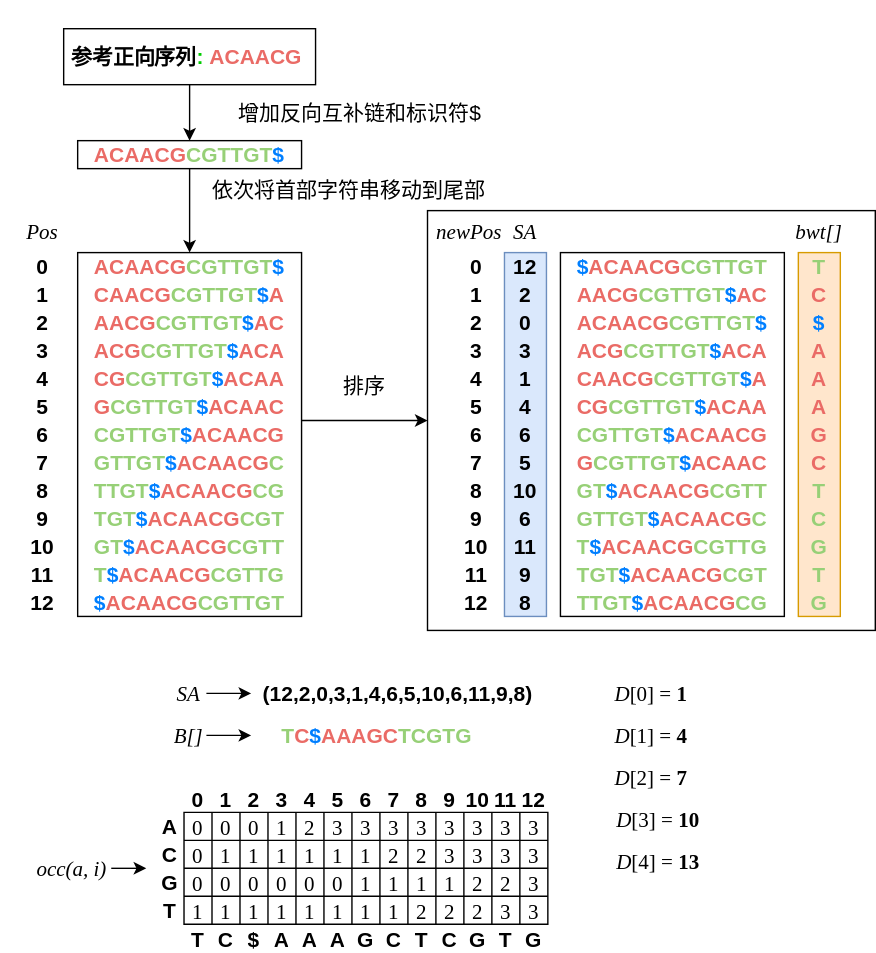
Above: FM-INDEX.drawio.svg in csyourui/bgi_figure (draw.io), before the change. Source tidied: cells renumbered, new cells last; positions are measured from the earlier drawing's top-left corner, leaving out a move shared by most shapes.
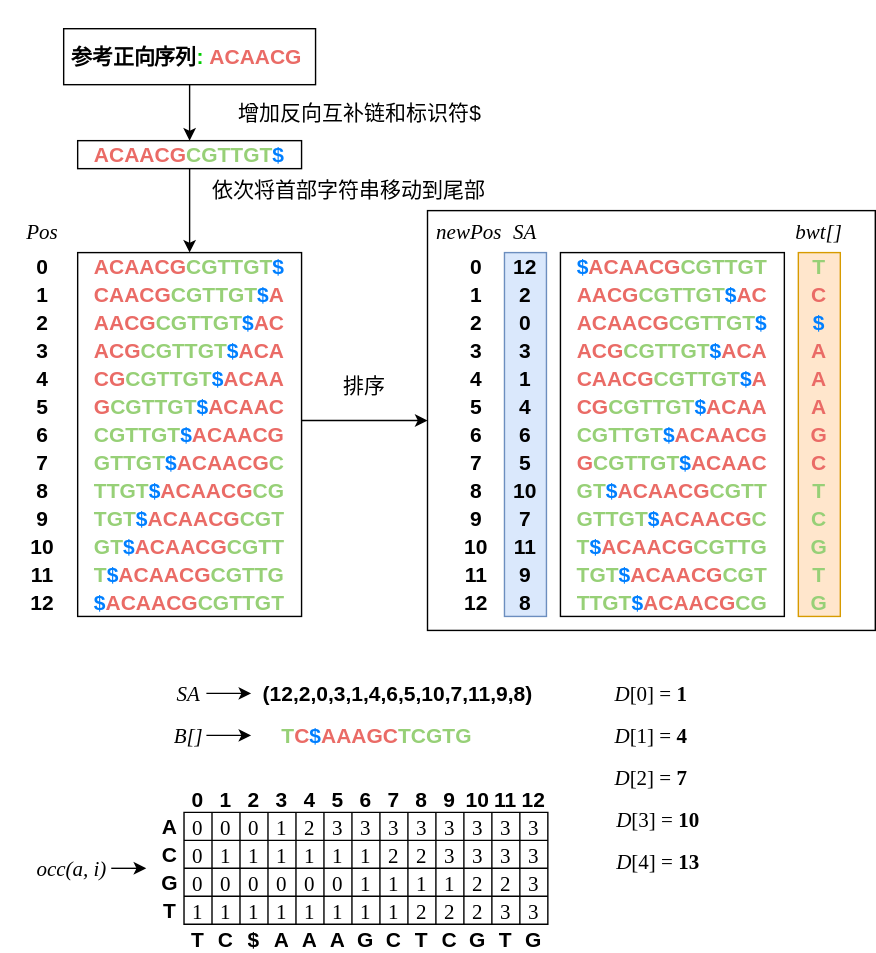
Later version of the same file.

Change to the diagram source:
```diff
@@ -416,7 +416,7 @@
     <mxCell id="138" value="&lt;font face=&quot;Times New Roman&quot;&gt;&lt;i&gt;SA&lt;/i&gt;&lt;/font&gt;" style="text;html=1;strokeColor=none;fillColor=none;align=center;verticalAlign=middle;whiteSpace=wrap;rounded=0;fontSize=15;fontColor=#000000;" parent="134" vertex="1">
       <mxGeometry width="25" height="30" as="geometry" />
     </mxCell>
-    <mxCell id="139" value="&lt;span style=&quot;font-size: 15px;&quot;&gt;&lt;b style=&quot;&quot;&gt;(12,2,0,3,1,4,6,5,10,6,11,9,8)&lt;/b&gt;&lt;/span&gt;" style="rounded=0;whiteSpace=wrap;html=1;strokeColor=none;sketch=1;opacity=0;" parent="134" vertex="1">
+    <mxCell id="139" value="&lt;span style=&quot;font-size: 15px;&quot;&gt;&lt;b style=&quot;&quot;&gt;(12,2,0,3,1,4,6,5,10,7,11,9,8)&lt;/b&gt;&lt;/span&gt;" style="rounded=0;whiteSpace=wrap;html=1;strokeColor=none;sketch=1;opacity=0;" parent="134" vertex="1">
       <mxGeometry x="57" y="5" width="210" height="20" as="geometry" />
     </mxCell>
     <mxCell id="140" style="endArrow=classic;html=1;rounded=0;fontSize=15;fontColor=#000000;exitX=1;exitY=0.5;exitDx=0;exitDy=0;" parent="134" edge="1" source="138" target="139">
@@ -551,7 +551,7 @@
     <mxCell id="183" value="&lt;font&gt;&lt;b&gt;10&lt;/b&gt;&lt;/font&gt;" style="text;html=1;strokeColor=none;fillColor=none;align=center;verticalAlign=middle;whiteSpace=wrap;rounded=0;fontSize=15;fontColor=#000000;" parent="174" vertex="1">
       <mxGeometry y="190" width="30" height="20" as="geometry" />
     </mxCell>
-    <mxCell id="184" value="&lt;font&gt;&lt;b&gt;6&lt;/b&gt;&lt;/font&gt;" style="text;html=1;strokeColor=none;fillColor=none;align=center;verticalAlign=middle;whiteSpace=wrap;rounded=0;fontSize=15;fontColor=#000000;" parent="174" vertex="1">
+    <mxCell id="184" value="&lt;font&gt;&lt;b&gt;7&lt;/b&gt;&lt;/font&gt;" style="text;html=1;strokeColor=none;fillColor=none;align=center;verticalAlign=middle;whiteSpace=wrap;rounded=0;fontSize=15;fontColor=#000000;" parent="174" vertex="1">
       <mxGeometry y="210" width="30" height="20" as="geometry" />
     </mxCell>
     <mxCell id="185" value="&lt;font&gt;&lt;b&gt;9&lt;/b&gt;&lt;/font&gt;" style="text;html=1;strokeColor=none;fillColor=none;align=center;verticalAlign=middle;whiteSpace=wrap;rounded=0;fontSize=15;fontColor=#000000;" parent="174" vertex="1">
```
